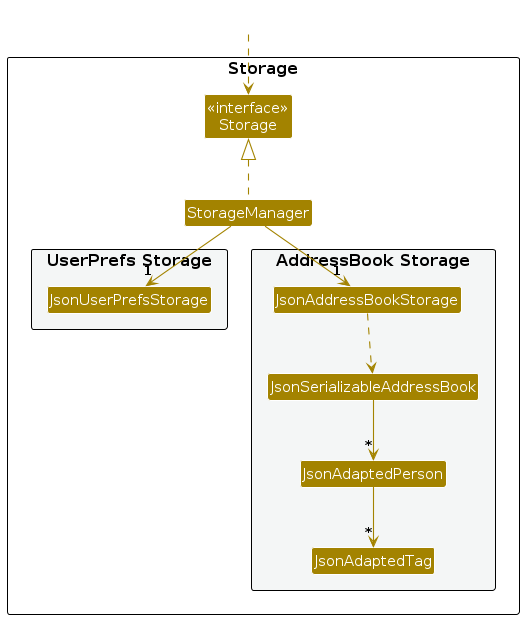
AY2627S1-CS2103T-W08-1/tp keeps this PlantUML diagram as diagrams/StorageClassDiagram.png. Above is the earlier version. Its source is kept beside it as diagrams/StorageClassDiagram.puml. The source it was exported from:
```plantuml
@startuml
!include style.puml
skinparam arrowThickness 1.1
skinparam arrowColor STORAGE_COLOR
skinparam classBackgroundColor STORAGE_COLOR

package Storage as StoragePackage {

Class "<<interface>>\nStorage" as Storage
Class StorageManager

package "UserPrefs Storage" #F4F6F6{
Class JsonUserPrefsStorage
}

package "AddressBook Storage" #F4F6F6{
Class JsonAddressBookStorage
Class JsonSerializableAddressBook
Class JsonAdaptedPerson
Class JsonAdaptedTag
}

}

Class HiddenOutside #FFFFFF
HiddenOutside ..> Storage

StorageManager .up.|> Storage
StorageManager -down-> "1" JsonUserPrefsStorage
StorageManager -down-> "1" JsonAddressBookStorage

JsonAddressBookStorage ..> JsonSerializableAddressBook
JsonSerializableAddressBook --> "*" JsonAdaptedPerson
JsonAdaptedPerson --> "*" JsonAdaptedTag

@enduml
```
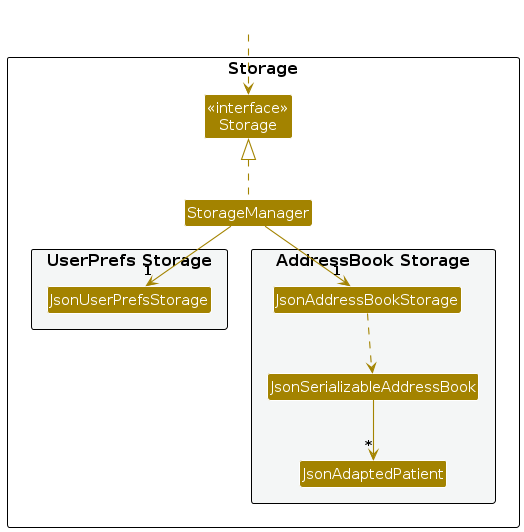
After the commit.

The edit, as a diff of the source:
```diff
@@ -16,8 +16,7 @@
 package "AddressBook Storage" #F4F6F6{
 Class JsonAddressBookStorage
 Class JsonSerializableAddressBook
-Class JsonAdaptedPerson
-Class JsonAdaptedTag
+Class JsonAdaptedPatient
 }
 
 }
@@ -30,7 +29,6 @@
 StorageManager -down-> "1" JsonAddressBookStorage
 
 JsonAddressBookStorage ..> JsonSerializableAddressBook
-JsonSerializableAddressBook --> "*" JsonAdaptedPerson
-JsonAdaptedPerson --> "*" JsonAdaptedTag
+JsonSerializableAddressBook --> "*" JsonAdaptedPatient
 
 @enduml
```
